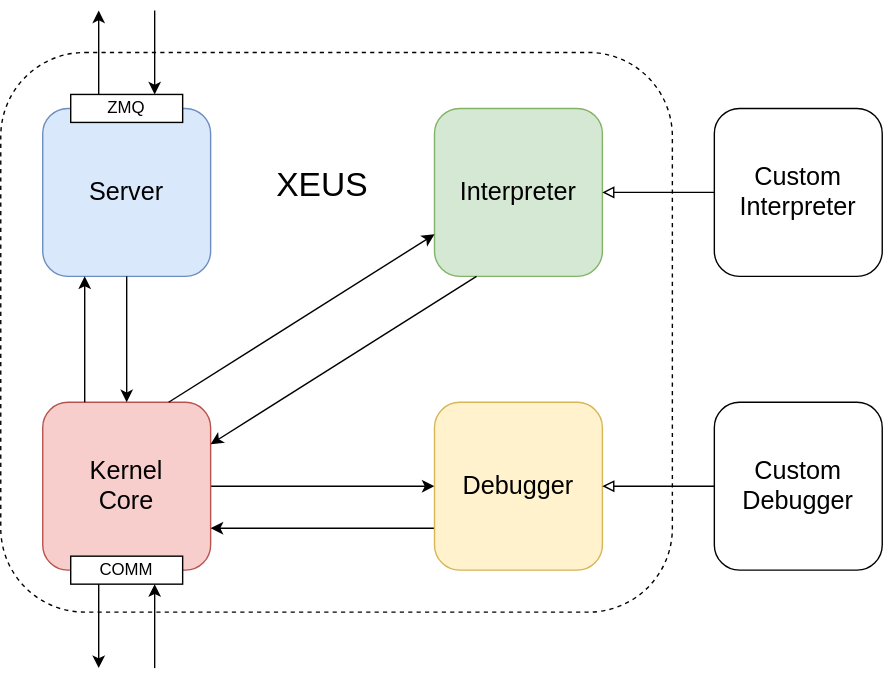
Above: docs/source/xeus_archi.svg in jupyter-xeus/xeus (draw.io), before the change. Source tidied: cells renumbered, new cells last; positions are measured from the earlier drawing's top-left corner, leaving out a move shared by most shapes.
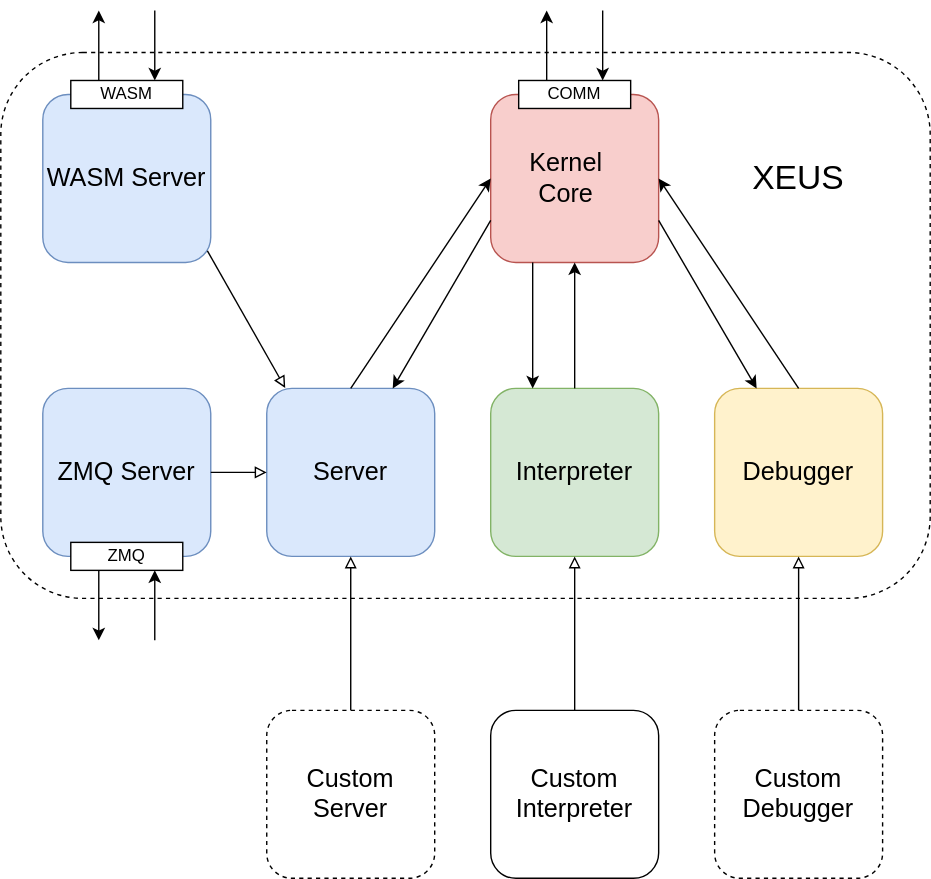
The same file after the commit.

Commit message:
Fixed documentation of internals of xeus

Diff of the diagram source:
```diff
@@ -3,90 +3,122 @@
     <mxCell id="0" />
     <mxCell id="1" parent="0" />
     <mxCell id="2" style="rounded=1;whiteSpace=wrap;html=1;dashed=1;" parent="1" vertex="1">
-      <mxGeometry y="30" width="480" height="400" as="geometry" />
+      <mxGeometry x="-40" y="30" width="664" height="390" as="geometry" />
     </mxCell>
     <mxCell id="3" style="rounded=1;whiteSpace=wrap;html=1;fillColor=#dae8fc;strokeColor=#6c8ebf;" parent="1" vertex="1">
-      <mxGeometry x="30" y="70" width="120" height="120" as="geometry" />
+      <mxGeometry x="150" y="270" width="120" height="120" as="geometry" />
     </mxCell>
-    <mxCell id="4" value="ZMQ" style="rounded=0;whiteSpace=wrap;html=1;" parent="1" vertex="1">
-      <mxGeometry x="50" y="60" width="80" height="20" as="geometry" />
+    <mxCell id="4" value="&lt;font style=&quot;font-size: 18px&quot;&gt;Server&lt;/font&gt;" style="text;html=1;strokeColor=none;fillColor=none;align=center;verticalAlign=middle;whiteSpace=wrap;rounded=0;" parent="1" vertex="1">
+      <mxGeometry x="170" y="310" width="80" height="40" as="geometry" />
     </mxCell>
-    <mxCell id="5" value="&lt;font style=&quot;font-size: 18px&quot;&gt;Server&lt;/font&gt;" style="text;html=1;strokeColor=none;fillColor=none;align=center;verticalAlign=middle;whiteSpace=wrap;rounded=0;" parent="1" vertex="1">
-      <mxGeometry x="50" y="110" width="80" height="40" as="geometry" />
+    <mxCell id="5" style="rounded=1;whiteSpace=wrap;html=1;fillColor=#d5e8d4;strokeColor=#82b366;" parent="1" vertex="1">
+      <mxGeometry x="310" y="270" width="120" height="120" as="geometry" />
     </mxCell>
-    <mxCell id="6" style="rounded=1;whiteSpace=wrap;html=1;fillColor=#d5e8d4;strokeColor=#82b366;" parent="1" vertex="1">
-      <mxGeometry x="310" y="70" width="120" height="120" as="geometry" />
+    <mxCell id="6" value="&lt;font style=&quot;font-size: 18px&quot;&gt;Interpreter&lt;/font&gt;" style="text;html=1;strokeColor=none;fillColor=none;align=center;verticalAlign=middle;whiteSpace=wrap;rounded=0;" parent="1" vertex="1">
+      <mxGeometry x="310" y="320" width="120" height="20" as="geometry" />
     </mxCell>
-    <mxCell id="7" value="&lt;font style=&quot;font-size: 18px&quot;&gt;Interpreter&lt;/font&gt;" style="text;html=1;strokeColor=none;fillColor=none;align=center;verticalAlign=middle;whiteSpace=wrap;rounded=0;" parent="1" vertex="1">
-      <mxGeometry x="310" y="120" width="120" height="20" as="geometry" />
+    <mxCell id="7" style="rounded=1;whiteSpace=wrap;html=1;fillColor=#f8cecc;strokeColor=#b85450;" parent="1" vertex="1">
+      <mxGeometry x="310" y="60" width="120" height="120" as="geometry" />
     </mxCell>
-    <mxCell id="8" style="edgeStyle=orthogonalEdgeStyle;rounded=0;jettySize=auto;html=1;exitX=1;exitY=0.5;exitDx=0;exitDy=0;entryX=0;entryY=0.5;entryDx=0;entryDy=0;" parent="1" edge="1" source="9" target="25">
-      <mxGeometry relative="1" as="geometry" />
+    <mxCell id="8" value="&lt;font style=&quot;font-size: 18px&quot;&gt;Kernel Core&lt;/font&gt;" style="text;html=1;strokeColor=none;fillColor=none;align=center;verticalAlign=middle;whiteSpace=wrap;rounded=0;" parent="1" vertex="1">
+      <mxGeometry x="324" y="110" width="80" height="20" as="geometry" />
     </mxCell>
-    <mxCell id="9" style="rounded=1;whiteSpace=wrap;html=1;fillColor=#f8cecc;strokeColor=#b85450;" parent="1" vertex="1">
-      <mxGeometry x="30" y="280" width="120" height="120" as="geometry" />
+    <mxCell id="9" value="&lt;font style=&quot;font-size: 24px&quot;&gt;XEUS&lt;/font&gt;" style="text;html=1;strokeColor=none;fillColor=none;align=center;verticalAlign=middle;whiteSpace=wrap;rounded=0;dashed=1;" parent="1" vertex="1">
+      <mxGeometry x="480" y="95" width="100" height="50" as="geometry" />
     </mxCell>
-    <mxCell id="10" value="&lt;font style=&quot;font-size: 18px&quot;&gt;Kernel Core&lt;/font&gt;" style="text;html=1;strokeColor=none;fillColor=none;align=center;verticalAlign=middle;whiteSpace=wrap;rounded=0;" parent="1" vertex="1">
-      <mxGeometry x="50" y="330" width="80" height="20" as="geometry" />
+    <mxCell id="10" value="COMM" style="rounded=0;whiteSpace=wrap;html=1;" parent="1" vertex="1">
+      <mxGeometry x="330" y="50" width="80" height="20" as="geometry" />
     </mxCell>
-    <mxCell id="11" style="endArrow=classic;html=1;entryX=0;entryY=0.75;entryDx=0;entryDy=0;exitX=0.75;exitY=0;exitDx=0;exitDy=0;" parent="1" edge="1" source="9" target="6">
-      <mxGeometry relative="1" as="geometry" />
+    <mxCell id="11" value="&lt;font style=&quot;font-size: 18px&quot;&gt;Custom&lt;br&gt;Interpreter&lt;/font&gt;&lt;br&gt;" style="rounded=1;whiteSpace=wrap;html=1;" parent="1" vertex="1">
+      <mxGeometry x="310" y="500" width="120" height="120" as="geometry" />
     </mxCell>
-    <mxCell id="12" style="endArrow=classic;html=1;entryX=1;entryY=0.25;entryDx=0;entryDy=0;exitX=0.25;exitY=1;exitDx=0;exitDy=0;" parent="1" edge="1" source="6" target="9">
+    <mxCell id="12" style="endArrow=block;html=1;entryX=0.5;entryY=1;entryDx=0;entryDy=0;exitX=0.5;exitY=0;exitDx=0;exitDy=0;endFill=0;" parent="1" edge="1" source="11" target="5">
       <mxGeometry relative="1" as="geometry" />
     </mxCell>
-    <mxCell id="13" value="&lt;font style=&quot;font-size: 24px&quot;&gt;XEUS&lt;/font&gt;" style="text;html=1;strokeColor=none;fillColor=none;align=center;verticalAlign=middle;whiteSpace=wrap;rounded=0;dashed=1;" parent="1" vertex="1">
-      <mxGeometry x="180" y="100" width="100" height="50" as="geometry" />
+    <mxCell id="13" style="rounded=1;whiteSpace=wrap;html=1;fillColor=#fff2cc;strokeColor=#d6b656;" parent="1" vertex="1">
+      <mxGeometry x="470" y="270" width="120" height="120" as="geometry" />
     </mxCell>
-    <mxCell id="14" style="endArrow=classic;html=1;exitX=0.25;exitY=0;exitDx=0;exitDy=0;" parent="1" edge="1" source="4">
-      <mxGeometry relative="1" as="geometry">
-        <mxPoint x="70" as="targetPoint" />
-      </mxGeometry>
+    <mxCell id="14" value="&lt;font style=&quot;font-size: 18px&quot;&gt;Debugger&lt;/font&gt;" style="text;html=1;strokeColor=none;fillColor=none;align=center;verticalAlign=middle;whiteSpace=wrap;rounded=0;" parent="1" vertex="1">
+      <mxGeometry x="470" y="320" width="120" height="20" as="geometry" />
     </mxCell>
-    <mxCell id="15" style="endArrow=classic;html=1;entryX=0.75;entryY=0;entryDx=0;entryDy=0;" parent="1" edge="1" target="4">
-      <mxGeometry relative="1" as="geometry">
-        <mxPoint x="110" as="sourcePoint" />
-      </mxGeometry>
+    <mxCell id="15" value="&lt;font style=&quot;font-size: 18px&quot;&gt;Custom&lt;br&gt;Debugger&lt;/font&gt;" style="rounded=1;whiteSpace=wrap;html=1;dashed=1;" parent="1" vertex="1">
+      <mxGeometry x="470" y="500" width="120" height="120" as="geometry" />
     </mxCell>
-    <mxCell id="16" value="COMM" style="rounded=0;whiteSpace=wrap;html=1;" parent="1" vertex="1">
-      <mxGeometry x="50" y="390" width="80" height="20" as="geometry" />
+    <mxCell id="16" style="endArrow=block;html=1;entryX=0.5;entryY=1;entryDx=0;entryDy=0;exitX=0.5;exitY=0;exitDx=0;exitDy=0;endFill=0;" parent="1" edge="1" source="15" target="13">
+      <mxGeometry relative="1" as="geometry" />
     </mxCell>
-    <mxCell id="17" style="endArrow=classic;html=1;exitX=0.25;exitY=1;exitDx=0;exitDy=0;" parent="1" edge="1" source="16">
-      <mxGeometry relative="1" as="geometry">
-        <mxPoint x="70" y="470" as="targetPoint" />
-      </mxGeometry>
+    <mxCell id="17" value="&lt;span style=&quot;font-size: 18px&quot;&gt;ZMQ Server&lt;/span&gt;" style="rounded=1;whiteSpace=wrap;html=1;fillColor=#dae8fc;strokeColor=#6c8ebf;" parent="1" vertex="1">
+      <mxGeometry x="-10" y="270" width="120" height="120" as="geometry" />
     </mxCell>
-    <mxCell id="18" style="endArrow=classic;html=1;entryX=0.75;entryY=1;entryDx=0;entryDy=0;" parent="1" edge="1" target="16">
-      <mxGeometry relative="1" as="geometry">
-        <mxPoint x="110" y="470" as="sourcePoint" />
-      </mxGeometry>
+    <mxCell id="18" value="&lt;span style=&quot;font-size: 18px&quot;&gt;WASM Server&lt;/span&gt;" style="rounded=1;whiteSpace=wrap;html=1;fillColor=#dae8fc;strokeColor=#6c8ebf;" parent="1" vertex="1">
+      <mxGeometry x="-10" y="60" width="120" height="120" as="geometry" />
     </mxCell>
-    <mxCell id="19" value="&lt;font style=&quot;font-size: 18px&quot;&gt;Custom&lt;br&gt;Interpreter&lt;/font&gt;&lt;br&gt;" style="rounded=1;whiteSpace=wrap;html=1;" parent="1" vertex="1">
-      <mxGeometry x="510" y="70" width="120" height="120" as="geometry" />
+    <mxCell id="19" value="ZMQ" style="rounded=0;whiteSpace=wrap;html=1;" parent="1" vertex="1">
+      <mxGeometry x="10" y="380" width="80" height="20" as="geometry" />
     </mxCell>
-    <mxCell id="20" style="endArrow=block;html=1;entryX=1;entryY=0.5;entryDx=0;entryDy=0;exitX=0;exitY=0.5;exitDx=0;exitDy=0;endFill=0;" parent="1" edge="1" source="19" target="7">
+    <mxCell id="20" style="endArrow=block;html=1;rounded=0;exitX=1;exitY=0.5;exitDx=0;exitDy=0;endFill=0;entryX=0;entryY=0.5;entryDx=0;entryDy=0;" parent="1" edge="1" source="17" target="3">
       <mxGeometry relative="1" as="geometry" />
     </mxCell>
-    <mxCell id="21" style="endArrow=classic;html=1;entryX=0.25;entryY=1;entryDx=0;entryDy=0;exitX=0.25;exitY=0;exitDx=0;exitDy=0;" parent="1" edge="1" source="9" target="3">
+    <mxCell id="21" style="endArrow=block;html=1;rounded=0;exitX=0.98;exitY=0.931;exitDx=0;exitDy=0;entryX=0.11;entryY=-0.003;entryDx=0;entryDy=0;endFill=0;exitPerimeter=0;entryPerimeter=0;" parent="1" edge="1" source="18" target="3">
       <mxGeometry relative="1" as="geometry" />
     </mxCell>
-    <mxCell id="22" style="endArrow=classic;html=1;exitX=0.5;exitY=1;exitDx=0;exitDy=0;entryX=0.5;entryY=0;entryDx=0;entryDy=0;" parent="1" edge="1" source="3" target="9">
+    <mxCell id="22" style="endArrow=classic;html=1;rounded=0;entryX=0;entryY=0.5;entryDx=0;entryDy=0;exitX=0.5;exitY=0;exitDx=0;exitDy=0;" parent="1" edge="1" source="3" target="7">
       <mxGeometry relative="1" as="geometry" />
     </mxCell>
-    <mxCell id="23" style="edgeStyle=orthogonalEdgeStyle;rounded=0;jettySize=auto;html=1;exitX=0;exitY=0.75;exitDx=0;exitDy=0;entryX=1;entryY=0.75;entryDx=0;entryDy=0;" parent="1" edge="1" source="24" target="9">
+    <mxCell id="23" style="endArrow=classic;html=1;rounded=0;entryX=0.75;entryY=0;entryDx=0;entryDy=0;exitX=0;exitY=0.75;exitDx=0;exitDy=0;" parent="1" edge="1" source="7" target="3">
       <mxGeometry relative="1" as="geometry" />
     </mxCell>
-    <mxCell id="24" style="rounded=1;whiteSpace=wrap;html=1;fillColor=#fff2cc;strokeColor=#d6b656;" parent="1" vertex="1">
-      <mxGeometry x="310" y="280" width="120" height="120" as="geometry" />
+    <mxCell id="24" style="endArrow=classic;html=1;rounded=0;entryX=0.25;entryY=0;entryDx=0;entryDy=0;exitX=0.25;exitY=1;exitDx=0;exitDy=0;" parent="1" edge="1" source="7" target="5">
+      <mxGeometry relative="1" as="geometry" />
     </mxCell>
-    <mxCell id="25" value="&lt;font style=&quot;font-size: 18px&quot;&gt;Debugger&lt;/font&gt;" style="text;html=1;strokeColor=none;fillColor=none;align=center;verticalAlign=middle;whiteSpace=wrap;rounded=0;" parent="1" vertex="1">
-      <mxGeometry x="310" y="330" width="120" height="20" as="geometry" />
+    <mxCell id="25" style="endArrow=classic;html=1;rounded=0;entryX=0.5;entryY=1;entryDx=0;entryDy=0;exitX=0.5;exitY=0;exitDx=0;exitDy=0;" parent="1" edge="1" source="5" target="7">
+      <mxGeometry relative="1" as="geometry" />
     </mxCell>
-    <mxCell id="26" value="&lt;font style=&quot;font-size: 18px&quot;&gt;Custom&lt;br&gt;Debugger&lt;/font&gt;" style="rounded=1;whiteSpace=wrap;html=1;" parent="1" vertex="1">
-      <mxGeometry x="510" y="280" width="120" height="120" as="geometry" />
+    <mxCell id="26" style="endArrow=classic;html=1;rounded=0;entryX=1;entryY=0.5;entryDx=0;entryDy=0;exitX=0.5;exitY=0;exitDx=0;exitDy=0;" parent="1" edge="1" source="13" target="7">
+      <mxGeometry relative="1" as="geometry" />
     </mxCell>
-    <mxCell id="27" style="endArrow=block;html=1;entryX=1;entryY=0.5;entryDx=0;entryDy=0;exitX=0;exitY=0.5;exitDx=0;exitDy=0;endFill=0;" parent="1" edge="1" source="26" target="25">
+    <mxCell id="27" style="endArrow=classic;html=1;rounded=0;entryX=0.25;entryY=0;entryDx=0;entryDy=0;exitX=1;exitY=0.75;exitDx=0;exitDy=0;" parent="1" edge="1" source="7" target="13">
       <mxGeometry relative="1" as="geometry" />
     </mxCell>
+    <mxCell id="28" value="&lt;span style=&quot;font-size: 18px&quot;&gt;Custom Server&lt;/span&gt;" style="rounded=1;whiteSpace=wrap;html=1;dashed=1;" parent="1" vertex="1">
+      <mxGeometry x="150" y="500" width="120" height="120" as="geometry" />
+    </mxCell>
+    <mxCell id="29" style="endArrow=block;html=1;entryX=0.5;entryY=1;entryDx=0;entryDy=0;exitX=0.5;exitY=0;exitDx=0;exitDy=0;endFill=0;" parent="1" edge="1" source="28" target="3">
+      <mxGeometry relative="1" as="geometry" />
+    </mxCell>
+    <mxCell id="30" style="endArrow=classic;html=1;rounded=0;exitX=0.25;exitY=0;exitDx=0;exitDy=0;" parent="1" edge="1" source="10">
+      <mxGeometry relative="1" as="geometry">
+        <mxPoint x="350" as="targetPoint" />
+      </mxGeometry>
+    </mxCell>
+    <mxCell id="31" style="endArrow=classic;html=1;rounded=0;entryX=0.75;entryY=0;entryDx=0;entryDy=0;" parent="1" edge="1" target="10">
+      <mxGeometry relative="1" as="geometry">
+        <mxPoint x="390" as="sourcePoint" />
+      </mxGeometry>
+    </mxCell>
+    <mxCell id="32" style="endArrow=classic;html=1;rounded=0;exitX=0.25;exitY=1;exitDx=0;exitDy=0;" parent="1" edge="1" source="19">
+      <mxGeometry relative="1" as="geometry">
+        <mxPoint x="30" y="450" as="targetPoint" />
+      </mxGeometry>
+    </mxCell>
+    <mxCell id="33" style="endArrow=classic;html=1;rounded=0;entryX=0.75;entryY=1;entryDx=0;entryDy=0;" parent="1" edge="1" target="19">
+      <mxGeometry relative="1" as="geometry">
+        <mxPoint x="70" y="450" as="sourcePoint" />
+      </mxGeometry>
+    </mxCell>
+    <mxCell id="34" value="WASM" style="rounded=0;whiteSpace=wrap;html=1;" parent="1" vertex="1">
+      <mxGeometry x="10" y="50" width="80" height="20" as="geometry" />
+    </mxCell>
+    <mxCell id="35" style="endArrow=classic;html=1;rounded=0;exitX=0.25;exitY=0;exitDx=0;exitDy=0;" parent="1" edge="1" source="34">
+      <mxGeometry relative="1" as="geometry">
+        <mxPoint x="30" as="targetPoint" />
+      </mxGeometry>
+    </mxCell>
+    <mxCell id="36" style="endArrow=classic;html=1;rounded=0;entryX=0.75;entryY=0;entryDx=0;entryDy=0;" parent="1" edge="1">
+      <mxGeometry relative="1" as="geometry">
+        <mxPoint x="70" as="sourcePoint" />
+        <mxPoint x="70" y="50" as="targetPoint" />
+      </mxGeometry>
+    </mxCell>
   </root>
 </mxGraphModel>
```
